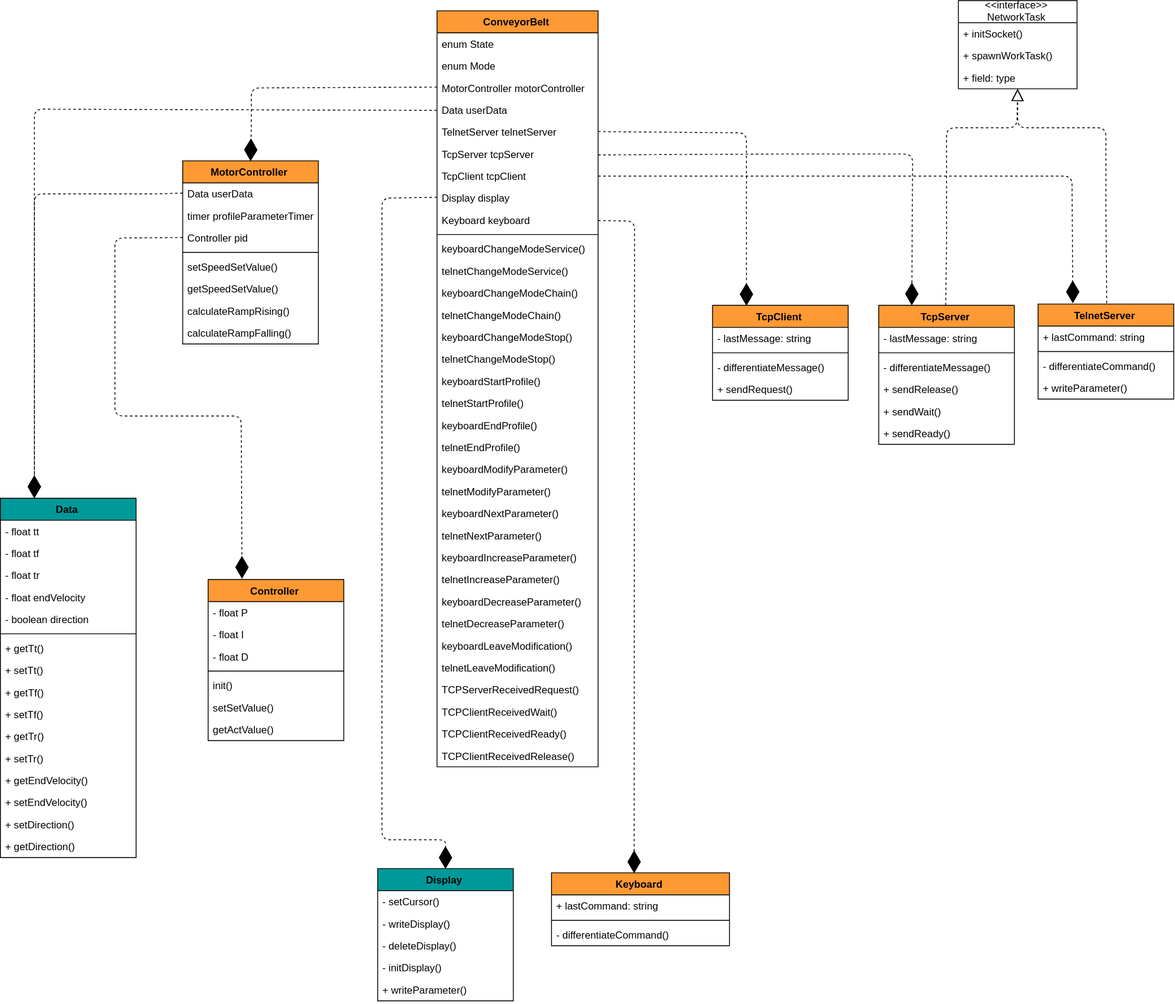
Above: Documentation/classDiagram/ClassDiagram.svg in nicolai-schwartze/EBS2_Conveyer_Belt (draw.io), before the change. Source tidied: cells renumbered, new cells last; positions are measured from the earlier drawing's top-left corner, leaving out a move shared by most shapes.
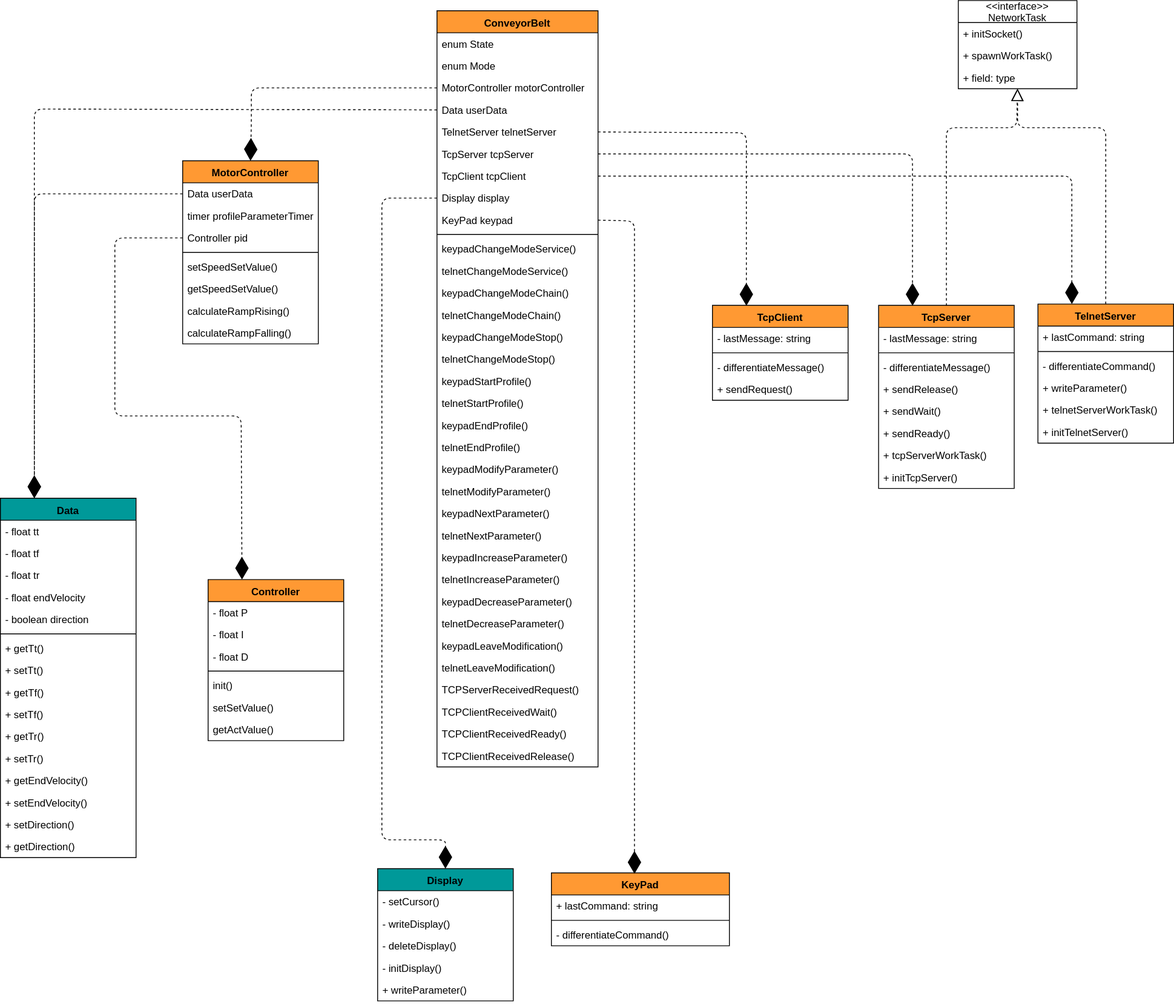
Later version of the same file.

Commit message:
changed diagrams while implementaiton

The edit, as a diff of the source:
```diff
@@ -142,7 +142,7 @@
       </mxGeometry>
     </mxCell>
     <mxCell id="44" value="TcpServer" style="swimlane;fontStyle=1;align=center;verticalAlign=top;horizontal=1;startSize=26;fillColor=#FF9933;" parent="1" vertex="1">
-      <mxGeometry x="1036" y="359.5" width="160" height="164" as="geometry" />
+      <mxGeometry x="1036" y="359.5" width="160" height="216" as="geometry" />
     </mxCell>
     <mxCell id="45" value="- lastMessage: string" style="text;strokeColor=none;fillColor=none;align=left;verticalAlign=top;spacingLeft=4;spacingRight=4;overflow=hidden;" parent="44" vertex="1">
       <mxGeometry y="26" width="160" height="26" as="geometry" />
@@ -162,6 +162,12 @@
     <mxCell id="50" value="+ sendReady()" style="text;strokeColor=none;fillColor=none;align=left;verticalAlign=top;spacingLeft=4;spacingRight=4;overflow=hidden;" parent="44" vertex="1">
       <mxGeometry y="138" width="160" height="26" as="geometry" />
     </mxCell>
+    <mxCell id="113" value="+ tcpServerWorkTask()" style="text;strokeColor=none;fillColor=none;align=left;verticalAlign=top;spacingLeft=4;spacingRight=4;overflow=hidden;" parent="44" vertex="1">
+      <mxGeometry y="164" width="160" height="26" as="geometry" />
+    </mxCell>
+    <mxCell id="114" value="+ initTcpServer()" style="text;strokeColor=none;fillColor=none;align=left;verticalAlign=top;spacingLeft=4;spacingRight=4;overflow=hidden;" parent="44" vertex="1">
+      <mxGeometry y="190" width="160" height="26" as="geometry" />
+    </mxCell>
     <mxCell id="51" value="TcpClient" style="swimlane;fontStyle=1;align=center;verticalAlign=top;horizontal=1;startSize=26;fillColor=#FF9933;" parent="1" vertex="1">
       <mxGeometry x="840" y="359.5" width="160" height="112" as="geometry" />
     </mxCell>
@@ -177,7 +183,7 @@
     <mxCell id="55" value="+ sendRequest()" style="text;strokeColor=none;fillColor=none;align=left;verticalAlign=top;spacingLeft=4;spacingRight=4;overflow=hidden;" parent="51" vertex="1">
       <mxGeometry y="86" width="160" height="26" as="geometry" />
     </mxCell>
-    <mxCell id="56" value="Keyboard" style="swimlane;fontStyle=1;align=center;verticalAlign=top;horizontal=1;startSize=26;fillColor=#FF9933;" parent="1" vertex="1">
+    <mxCell id="56" value="KeyPad" style="swimlane;fontStyle=1;align=center;verticalAlign=top;horizontal=1;startSize=26;fillColor=#FF9933;" parent="1" vertex="1">
       <mxGeometry x="650" y="1029" width="210" height="86" as="geometry" />
     </mxCell>
     <mxCell id="57" value="+ lastCommand: string" style="text;strokeColor=none;fillColor=none;align=left;verticalAlign=top;spacingLeft=4;spacingRight=4;overflow=hidden;" parent="56" vertex="1">
@@ -216,67 +222,67 @@
     <mxCell id="68" value="Display display" style="text;strokeColor=none;fillColor=none;align=left;verticalAlign=top;spacingLeft=4;spacingRight=4;overflow=hidden;points=[[0,0.5],[1,0.5]];portConstraint=eastwest;" parent="60" vertex="1">
       <mxGeometry y="208" width="190" height="26" as="geometry" />
     </mxCell>
-    <mxCell id="69" value="Keyboard keyboard" style="text;strokeColor=none;fillColor=none;align=left;verticalAlign=top;spacingLeft=4;spacingRight=4;overflow=hidden;points=[[0,0.5],[1,0.5]];portConstraint=eastwest;" parent="60" vertex="1">
+    <mxCell id="69" value="KeyPad keypad" style="text;strokeColor=none;fillColor=none;align=left;verticalAlign=top;spacingLeft=4;spacingRight=4;overflow=hidden;points=[[0,0.5],[1,0.5]];portConstraint=eastwest;" parent="60" vertex="1">
       <mxGeometry y="234" width="190" height="26" as="geometry" />
     </mxCell>
     <mxCell id="70" style="line;strokeWidth=1;fillColor=none;align=left;verticalAlign=middle;spacingTop=-1;spacingLeft=3;spacingRight=3;labelPosition=right;" parent="60" vertex="1">
       <mxGeometry y="260" width="190" height="8" as="geometry" />
     </mxCell>
-    <mxCell id="71" value="keyboardChangeModeService()" style="text;strokeColor=none;fillColor=none;align=left;verticalAlign=top;spacingLeft=4;spacingRight=4;overflow=hidden;" parent="60" vertex="1">
+    <mxCell id="71" value="keypadChangeModeService()" style="text;strokeColor=none;fillColor=none;align=left;verticalAlign=top;spacingLeft=4;spacingRight=4;overflow=hidden;" parent="60" vertex="1">
       <mxGeometry y="268" width="190" height="26" as="geometry" />
     </mxCell>
     <mxCell id="72" value="telnetChangeModeService()" style="text;strokeColor=none;fillColor=none;align=left;verticalAlign=top;spacingLeft=4;spacingRight=4;overflow=hidden;" parent="60" vertex="1">
       <mxGeometry y="294" width="190" height="26" as="geometry" />
     </mxCell>
-    <mxCell id="73" value="keyboardChangeModeChain()" style="text;strokeColor=none;fillColor=none;align=left;verticalAlign=top;spacingLeft=4;spacingRight=4;overflow=hidden;" parent="60" vertex="1">
+    <mxCell id="73" value="keypadChangeModeChain()" style="text;strokeColor=none;fillColor=none;align=left;verticalAlign=top;spacingLeft=4;spacingRight=4;overflow=hidden;" parent="60" vertex="1">
       <mxGeometry y="320" width="190" height="26" as="geometry" />
     </mxCell>
     <mxCell id="74" value="telnetChangeModeChain()" style="text;strokeColor=none;fillColor=none;align=left;verticalAlign=top;spacingLeft=4;spacingRight=4;overflow=hidden;" parent="60" vertex="1">
       <mxGeometry y="346" width="190" height="26" as="geometry" />
     </mxCell>
-    <mxCell id="75" value="keyboardChangeModeStop()" style="text;strokeColor=none;fillColor=none;align=left;verticalAlign=top;spacingLeft=4;spacingRight=4;overflow=hidden;" parent="60" vertex="1">
+    <mxCell id="75" value="keypadChangeModeStop()" style="text;strokeColor=none;fillColor=none;align=left;verticalAlign=top;spacingLeft=4;spacingRight=4;overflow=hidden;" parent="60" vertex="1">
       <mxGeometry y="372" width="190" height="26" as="geometry" />
     </mxCell>
     <mxCell id="76" value="telnetChangeModeStop()" style="text;strokeColor=none;fillColor=none;align=left;verticalAlign=top;spacingLeft=4;spacingRight=4;overflow=hidden;" parent="60" vertex="1">
       <mxGeometry y="398" width="190" height="26" as="geometry" />
     </mxCell>
-    <mxCell id="77" value="keyboardStartProfile()" style="text;strokeColor=none;fillColor=none;align=left;verticalAlign=top;spacingLeft=4;spacingRight=4;overflow=hidden;" parent="60" vertex="1">
+    <mxCell id="77" value="keypadStartProfile()" style="text;strokeColor=none;fillColor=none;align=left;verticalAlign=top;spacingLeft=4;spacingRight=4;overflow=hidden;" parent="60" vertex="1">
       <mxGeometry y="424" width="190" height="26" as="geometry" />
     </mxCell>
     <mxCell id="78" value="telnetStartProfile()" style="text;strokeColor=none;fillColor=none;align=left;verticalAlign=top;spacingLeft=4;spacingRight=4;overflow=hidden;" parent="60" vertex="1">
       <mxGeometry y="450" width="190" height="26" as="geometry" />
     </mxCell>
-    <mxCell id="79" value="keyboardEndProfile()" style="text;strokeColor=none;fillColor=none;align=left;verticalAlign=top;spacingLeft=4;spacingRight=4;overflow=hidden;" parent="60" vertex="1">
+    <mxCell id="79" value="keypadEndProfile()" style="text;strokeColor=none;fillColor=none;align=left;verticalAlign=top;spacingLeft=4;spacingRight=4;overflow=hidden;" parent="60" vertex="1">
       <mxGeometry y="476" width="190" height="26" as="geometry" />
     </mxCell>
     <mxCell id="80" value="telnetEndProfile()" style="text;strokeColor=none;fillColor=none;align=left;verticalAlign=top;spacingLeft=4;spacingRight=4;overflow=hidden;" parent="60" vertex="1">
       <mxGeometry y="502" width="190" height="26" as="geometry" />
     </mxCell>
-    <mxCell id="81" value="keyboardModifyParameter()" style="text;strokeColor=none;fillColor=none;align=left;verticalAlign=top;spacingLeft=4;spacingRight=4;overflow=hidden;" parent="60" vertex="1">
+    <mxCell id="81" value="keypadModifyParameter()" style="text;strokeColor=none;fillColor=none;align=left;verticalAlign=top;spacingLeft=4;spacingRight=4;overflow=hidden;" parent="60" vertex="1">
       <mxGeometry y="528" width="190" height="26" as="geometry" />
     </mxCell>
     <mxCell id="82" value="telnetModifyParameter()" style="text;strokeColor=none;fillColor=none;align=left;verticalAlign=top;spacingLeft=4;spacingRight=4;overflow=hidden;" parent="60" vertex="1">
       <mxGeometry y="554" width="190" height="26" as="geometry" />
     </mxCell>
-    <mxCell id="83" value="keyboardNextParameter()" style="text;strokeColor=none;fillColor=none;align=left;verticalAlign=top;spacingLeft=4;spacingRight=4;overflow=hidden;" parent="60" vertex="1">
+    <mxCell id="83" value="keypadNextParameter()" style="text;strokeColor=none;fillColor=none;align=left;verticalAlign=top;spacingLeft=4;spacingRight=4;overflow=hidden;" parent="60" vertex="1">
       <mxGeometry y="580" width="190" height="26" as="geometry" />
     </mxCell>
     <mxCell id="84" value="telnetNextParameter()" style="text;strokeColor=none;fillColor=none;align=left;verticalAlign=top;spacingLeft=4;spacingRight=4;overflow=hidden;" parent="60" vertex="1">
       <mxGeometry y="606" width="190" height="26" as="geometry" />
     </mxCell>
-    <mxCell id="85" value="keyboardIncreaseParameter()" style="text;strokeColor=none;fillColor=none;align=left;verticalAlign=top;spacingLeft=4;spacingRight=4;overflow=hidden;" parent="60" vertex="1">
+    <mxCell id="85" value="keypadIncreaseParameter()" style="text;strokeColor=none;fillColor=none;align=left;verticalAlign=top;spacingLeft=4;spacingRight=4;overflow=hidden;" parent="60" vertex="1">
       <mxGeometry y="632" width="190" height="26" as="geometry" />
     </mxCell>
     <mxCell id="86" value="telnetIncreaseParameter()" style="text;strokeColor=none;fillColor=none;align=left;verticalAlign=top;spacingLeft=4;spacingRight=4;overflow=hidden;" parent="60" vertex="1">
       <mxGeometry y="658" width="190" height="26" as="geometry" />
     </mxCell>
-    <mxCell id="87" value="keyboardDecreaseParameter()" style="text;strokeColor=none;fillColor=none;align=left;verticalAlign=top;spacingLeft=4;spacingRight=4;overflow=hidden;" parent="60" vertex="1">
+    <mxCell id="87" value="keypadDecreaseParameter()" style="text;strokeColor=none;fillColor=none;align=left;verticalAlign=top;spacingLeft=4;spacingRight=4;overflow=hidden;" parent="60" vertex="1">
       <mxGeometry y="684" width="190" height="26" as="geometry" />
     </mxCell>
     <mxCell id="88" value="telnetDecreaseParameter()" style="text;strokeColor=none;fillColor=none;align=left;verticalAlign=top;spacingLeft=4;spacingRight=4;overflow=hidden;" parent="60" vertex="1">
       <mxGeometry y="710" width="190" height="26" as="geometry" />
     </mxCell>
-    <mxCell id="89" value="keyboardLeaveModification()" style="text;strokeColor=none;fillColor=none;align=left;verticalAlign=top;spacingLeft=4;spacingRight=4;overflow=hidden;" parent="60" vertex="1">
+    <mxCell id="89" value="keypadLeaveModification()" style="text;strokeColor=none;fillColor=none;align=left;verticalAlign=top;spacingLeft=4;spacingRight=4;overflow=hidden;" parent="60" vertex="1">
       <mxGeometry y="736" width="190" height="26" as="geometry" />
     </mxCell>
     <mxCell id="90" value="telnetLeaveModification()" style="text;strokeColor=none;fillColor=none;align=left;verticalAlign=top;spacingLeft=4;spacingRight=4;overflow=hidden;" parent="60" vertex="1">
@@ -295,7 +301,7 @@
       <mxGeometry y="866" width="190" height="26" as="geometry" />
     </mxCell>
     <mxCell id="95" value="TelnetServer" style="swimlane;fontStyle=1;align=center;verticalAlign=top;horizontal=1;startSize=26;fillColor=#FF9933;" parent="1" vertex="1">
-      <mxGeometry x="1224" y="358" width="160" height="112" as="geometry" />
+      <mxGeometry x="1224" y="358" width="160" height="164" as="geometry" />
     </mxCell>
     <mxCell id="96" value="+ lastCommand: string" style="text;strokeColor=none;fillColor=none;align=left;verticalAlign=top;spacingLeft=4;spacingRight=4;overflow=hidden;" parent="95" vertex="1">
       <mxGeometry y="26" width="160" height="26" as="geometry" />
@@ -309,6 +315,12 @@
     <mxCell id="99" value="+ writeParameter()" style="text;strokeColor=none;fillColor=none;align=left;verticalAlign=top;spacingLeft=4;spacingRight=4;overflow=hidden;" parent="95" vertex="1">
       <mxGeometry y="86" width="160" height="26" as="geometry" />
     </mxCell>
+    <mxCell id="115" value="+ telnetServerWorkTask()" style="text;strokeColor=none;fillColor=none;align=left;verticalAlign=top;spacingLeft=4;spacingRight=4;overflow=hidden;" parent="95" vertex="1">
+      <mxGeometry y="112" width="160" height="26" as="geometry" />
+    </mxCell>
+    <mxCell id="116" value="+ initTelnetServer()" style="text;strokeColor=none;fillColor=none;align=left;verticalAlign=top;spacingLeft=4;spacingRight=4;overflow=hidden;" parent="95" vertex="1">
+      <mxGeometry y="138" width="160" height="26" as="geometry" />
+    </mxCell>
     <mxCell id="100" style="endArrow=diamondThin;endFill=1;endSize=24;html=1;dashed=1;exitX=0;exitY=0.5;exitDx=0;exitDy=0;entryX=0.5;entryY=0;entryDx=0;entryDy=0;" parent="1" edge="1" source="63" target="2">
       <mxGeometry relative="1" as="geometry">
         <Array as="points">
```
